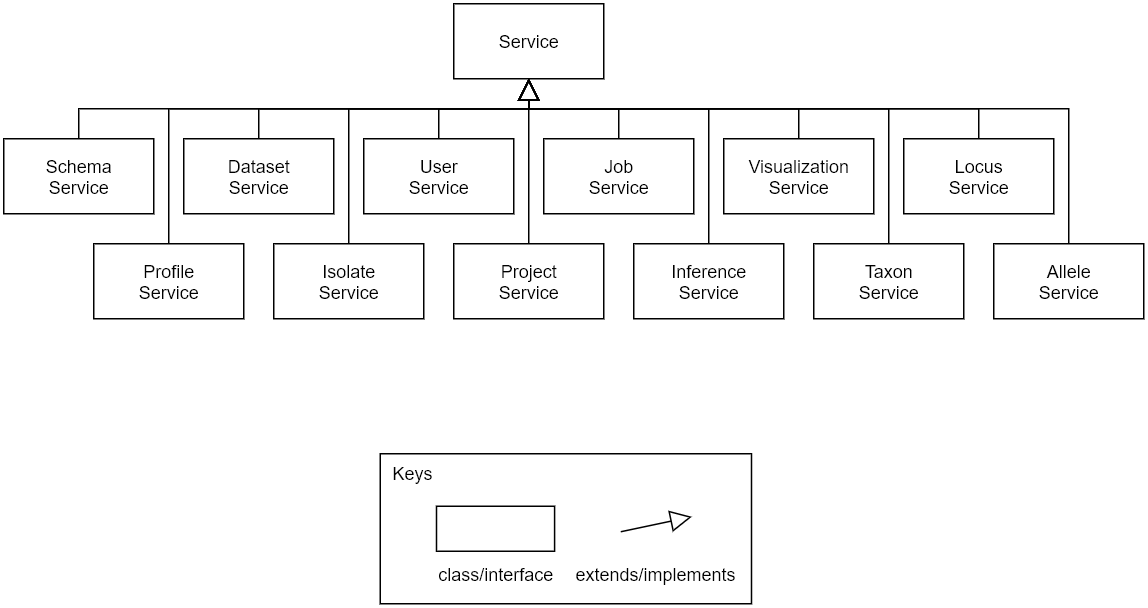
Before: wiki/images/phylodb-generalization-services.png, a diagram exported from draw.io (phyloviz/phyloDB). Source tidied: cells renumbered, new cells last; positions are measured from the earlier drawing's top-left corner, leaving out a move shared by most shapes. The source it was exported from:
```xml
<mxGraphModel>
  <root>
    <mxCell id="0" />
    <mxCell id="1" parent="0" />
    <mxCell id="2" value="Service" style="html=1;" parent="1" vertex="1">
      <mxGeometry x="300" width="100" height="50" as="geometry" />
    </mxCell>
    <mxCell id="3" style="edgeStyle=orthogonalEdgeStyle;rounded=0;jettySize=auto;html=1;exitX=0.5;exitY=0;exitDx=0;exitDy=0;entryX=0.5;entryY=1;entryDx=0;entryDy=0;endArrow=block;endFill=0;endSize=12;" parent="1" edge="1" source="4" target="2">
      <mxGeometry relative="1" as="geometry" />
    </mxCell>
    <mxCell id="4" value="User&lt;br&gt;Service" style="html=1;" parent="1" vertex="1">
      <mxGeometry x="240" y="90" width="100" height="50" as="geometry" />
    </mxCell>
    <mxCell id="5" style="edgeStyle=orthogonalEdgeStyle;rounded=0;jettySize=auto;html=1;exitX=0.5;exitY=0;exitDx=0;exitDy=0;entryX=0.5;entryY=1;entryDx=0;entryDy=0;endArrow=block;endFill=0;endSize=12;" parent="1" edge="1" source="6" target="2">
      <mxGeometry relative="1" as="geometry" />
    </mxCell>
    <mxCell id="6" value="Project&lt;br&gt;Service" style="html=1;" parent="1" vertex="1">
      <mxGeometry x="300" y="160" width="100" height="50" as="geometry" />
    </mxCell>
    <mxCell id="7" style="edgeStyle=orthogonalEdgeStyle;rounded=0;jettySize=auto;html=1;exitX=0.5;exitY=0;exitDx=0;exitDy=0;entryX=0.5;entryY=1;entryDx=0;entryDy=0;endArrow=block;endFill=0;endSize=12;" parent="1" edge="1" source="8" target="2">
      <mxGeometry relative="1" as="geometry">
        <Array as="points">
          <mxPoint x="590" y="70" />
          <mxPoint x="350" y="70" />
        </Array>
      </mxGeometry>
    </mxCell>
    <mxCell id="8" value="Taxon&lt;br&gt;Service" style="html=1;" parent="1" vertex="1">
      <mxGeometry x="540" y="160" width="100" height="50" as="geometry" />
    </mxCell>
    <mxCell id="9" style="edgeStyle=orthogonalEdgeStyle;rounded=0;jettySize=auto;html=1;exitX=0.5;exitY=0;exitDx=0;exitDy=0;entryX=0.5;entryY=1;entryDx=0;entryDy=0;endArrow=block;endFill=0;endSize=12;" parent="1" edge="1" source="10" target="2">
      <mxGeometry relative="1" as="geometry">
        <Array as="points">
          <mxPoint x="650" y="70" />
          <mxPoint x="350" y="70" />
        </Array>
      </mxGeometry>
    </mxCell>
    <mxCell id="10" value="Locus&lt;br&gt;Service" style="html=1;" parent="1" vertex="1">
      <mxGeometry x="600" y="90" width="100" height="50" as="geometry" />
    </mxCell>
    <mxCell id="11" style="edgeStyle=orthogonalEdgeStyle;rounded=0;jettySize=auto;html=1;exitX=0.5;exitY=0;exitDx=0;exitDy=0;entryX=0.5;entryY=1;entryDx=0;entryDy=0;endArrow=block;endFill=0;endSize=12;" parent="1" edge="1" source="12" target="2">
      <mxGeometry relative="1" as="geometry">
        <Array as="points">
          <mxPoint x="110" y="70" />
          <mxPoint x="350" y="70" />
        </Array>
      </mxGeometry>
    </mxCell>
    <mxCell id="12" value="Profile&lt;br&gt;Service" style="html=1;" parent="1" vertex="1">
      <mxGeometry x="60" y="160" width="100" height="50" as="geometry" />
    </mxCell>
    <mxCell id="13" style="edgeStyle=orthogonalEdgeStyle;rounded=0;jettySize=auto;html=1;exitX=0.5;exitY=0;exitDx=0;exitDy=0;entryX=0.5;entryY=1;entryDx=0;entryDy=0;endArrow=block;endFill=0;endSize=12;" parent="1" edge="1" source="14" target="2">
      <mxGeometry relative="1" as="geometry">
        <Array as="points">
          <mxPoint x="170" y="70" />
          <mxPoint x="350" y="70" />
        </Array>
      </mxGeometry>
    </mxCell>
    <mxCell id="14" value="Dataset&lt;br&gt;Service" style="html=1;" parent="1" vertex="1">
      <mxGeometry x="120" y="90" width="100" height="50" as="geometry" />
    </mxCell>
    <mxCell id="15" style="edgeStyle=orthogonalEdgeStyle;rounded=0;jettySize=auto;html=1;exitX=0.5;exitY=0;exitDx=0;exitDy=0;entryX=0.5;entryY=1;entryDx=0;entryDy=0;endArrow=block;endFill=0;endSize=12;" parent="1" edge="1" source="16" target="2">
      <mxGeometry relative="1" as="geometry">
        <Array as="points">
          <mxPoint x="50" y="70" />
          <mxPoint x="350" y="70" />
        </Array>
      </mxGeometry>
    </mxCell>
    <mxCell id="16" value="Schema&lt;br&gt;Service" style="html=1;" parent="1" vertex="1">
      <mxGeometry y="90" width="100" height="50" as="geometry" />
    </mxCell>
    <mxCell id="17" style="edgeStyle=orthogonalEdgeStyle;rounded=0;jettySize=auto;html=1;exitX=0.5;exitY=0;exitDx=0;exitDy=0;entryX=0.5;entryY=1;entryDx=0;entryDy=0;endArrow=block;endFill=0;endSize=12;" parent="1" edge="1" source="18" target="2">
      <mxGeometry relative="1" as="geometry">
        <Array as="points">
          <mxPoint x="710" y="70" />
          <mxPoint x="350" y="70" />
        </Array>
      </mxGeometry>
    </mxCell>
    <mxCell id="18" value="Allele&lt;br&gt;Service" style="html=1;" parent="1" vertex="1">
      <mxGeometry x="660" y="160" width="100" height="50" as="geometry" />
    </mxCell>
    <mxCell id="19" style="edgeStyle=orthogonalEdgeStyle;rounded=0;jettySize=auto;html=1;exitX=0.5;exitY=0;exitDx=0;exitDy=0;entryX=0.5;entryY=1;entryDx=0;entryDy=0;endArrow=block;endFill=0;endSize=12;" parent="1" edge="1" source="20" target="2">
      <mxGeometry relative="1" as="geometry">
        <Array as="points">
          <mxPoint x="230" y="70" />
          <mxPoint x="350" y="70" />
        </Array>
      </mxGeometry>
    </mxCell>
    <mxCell id="20" value="Isolate&lt;br&gt;Service" style="html=1;" parent="1" vertex="1">
      <mxGeometry x="180" y="160" width="100" height="50" as="geometry" />
    </mxCell>
    <mxCell id="21" style="edgeStyle=orthogonalEdgeStyle;rounded=0;jettySize=auto;html=1;exitX=0.5;exitY=0;exitDx=0;exitDy=0;entryX=0.5;entryY=1;entryDx=0;entryDy=0;endArrow=block;endFill=0;endSize=12;" parent="1" edge="1" source="22" target="2">
      <mxGeometry relative="1" as="geometry">
        <Array as="points">
          <mxPoint x="470" y="70" />
          <mxPoint x="350" y="70" />
        </Array>
      </mxGeometry>
    </mxCell>
    <mxCell id="22" value="Inference&lt;br&gt;Service" style="html=1;" parent="1" vertex="1">
      <mxGeometry x="420" y="160" width="100" height="50" as="geometry" />
    </mxCell>
    <mxCell id="23" style="edgeStyle=orthogonalEdgeStyle;rounded=0;jettySize=auto;html=1;exitX=0.5;exitY=0;exitDx=0;exitDy=0;entryX=0.5;entryY=1;entryDx=0;entryDy=0;endArrow=block;endFill=0;endSize=12;" parent="1" edge="1" source="24" target="2">
      <mxGeometry relative="1" as="geometry">
        <Array as="points">
          <mxPoint x="530" y="70" />
          <mxPoint x="350" y="70" />
        </Array>
      </mxGeometry>
    </mxCell>
    <mxCell id="24" value="Visualization&lt;br&gt;Service" style="html=1;" parent="1" vertex="1">
      <mxGeometry x="480" y="90" width="100" height="50" as="geometry" />
    </mxCell>
    <mxCell id="25" style="edgeStyle=orthogonalEdgeStyle;rounded=0;jettySize=auto;html=1;exitX=0.5;exitY=0;exitDx=0;exitDy=0;entryX=0.5;entryY=1;entryDx=0;entryDy=0;endArrow=block;endFill=0;endSize=12;" parent="1" edge="1" source="26" target="2">
      <mxGeometry relative="1" as="geometry" />
    </mxCell>
    <mxCell id="26" value="Job&lt;br&gt;Service" style="html=1;" parent="1" vertex="1">
      <mxGeometry x="360" y="90" width="100" height="50" as="geometry" />
    </mxCell>
    <mxCell id="27" style="group;" parent="1" vertex="1">
      <mxGeometry x="251" y="300" width="247.5" height="100" as="geometry" />
    </mxCell>
    <mxCell id="28" value="&amp;nbsp; Keys" style="rounded=0;whiteSpace=wrap;html=1;align=left;verticalAlign=top;" parent="27" vertex="1">
      <mxGeometry width="247.5" height="100" as="geometry" />
    </mxCell>
    <mxCell id="29" style="endArrow=block;html=1;exitX=1;exitY=0.5;exitDx=0;exitDy=0;startArrow=none;startFill=0;endFill=0;endSize=12;" parent="27" edge="1">
      <mxGeometry relative="1" as="geometry">
        <mxPoint x="160.3" y="52" as="sourcePoint" />
        <mxPoint x="207.7" y="42" as="targetPoint" />
      </mxGeometry>
    </mxCell>
    <mxCell id="30" value="extends/implements" style="text;html=1;strokeColor=none;fillColor=none;align=center;verticalAlign=middle;whiteSpace=wrap;rounded=0;" parent="27" vertex="1">
      <mxGeometry x="139" y="70" width="89.5" height="20" as="geometry" />
    </mxCell>
    <mxCell id="31" value="class/interface" style="text;html=1;strokeColor=none;fillColor=none;align=center;verticalAlign=middle;whiteSpace=wrap;rounded=0;" parent="27" vertex="1">
      <mxGeometry x="45.5" y="70" width="62.7" height="20" as="geometry" />
    </mxCell>
    <mxCell id="32" style="rounded=0;whiteSpace=wrap;html=1;" parent="27" vertex="1">
      <mxGeometry x="37.5" y="35" width="78.7" height="30" as="geometry" />
    </mxCell>
  </root>
</mxGraphModel>
```
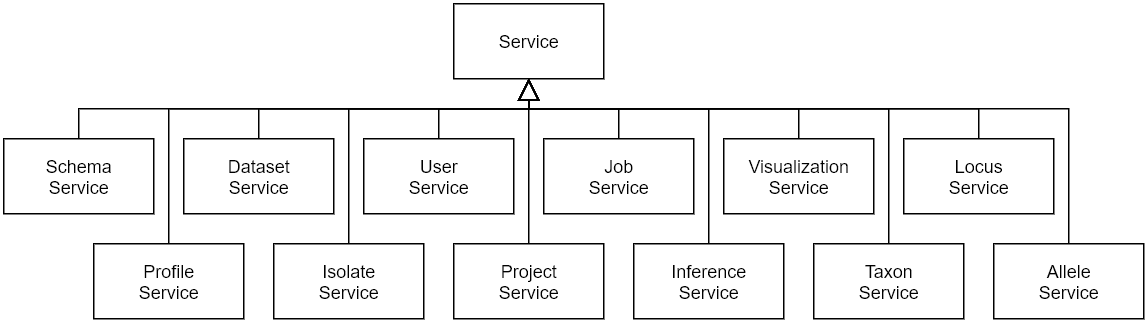
Later version of the same file.

Diff of the diagram source:
```diff
@@ -122,26 +122,5 @@
     <mxCell id="26" value="Job&lt;br&gt;Service" style="html=1;" parent="1" vertex="1">
       <mxGeometry x="360" y="90" width="100" height="50" as="geometry" />
     </mxCell>
-    <mxCell id="27" style="group;" parent="1" vertex="1">
-      <mxGeometry x="251" y="300" width="247.5" height="100" as="geometry" />
-    </mxCell>
-    <mxCell id="28" value="&amp;nbsp; Keys" style="rounded=0;whiteSpace=wrap;html=1;align=left;verticalAlign=top;" parent="27" vertex="1">
-      <mxGeometry width="247.5" height="100" as="geometry" />
-    </mxCell>
-    <mxCell id="29" style="endArrow=block;html=1;exitX=1;exitY=0.5;exitDx=0;exitDy=0;startArrow=none;startFill=0;endFill=0;endSize=12;" parent="27" edge="1">
-      <mxGeometry relative="1" as="geometry">
-        <mxPoint x="160.3" y="52" as="sourcePoint" />
-        <mxPoint x="207.7" y="42" as="targetPoint" />
-      </mxGeometry>
-    </mxCell>
-    <mxCell id="30" value="extends/implements" style="text;html=1;strokeColor=none;fillColor=none;align=center;verticalAlign=middle;whiteSpace=wrap;rounded=0;" parent="27" vertex="1">
-      <mxGeometry x="139" y="70" width="89.5" height="20" as="geometry" />
-    </mxCell>
-    <mxCell id="31" value="class/interface" style="text;html=1;strokeColor=none;fillColor=none;align=center;verticalAlign=middle;whiteSpace=wrap;rounded=0;" parent="27" vertex="1">
-      <mxGeometry x="45.5" y="70" width="62.7" height="20" as="geometry" />
-    </mxCell>
-    <mxCell id="32" style="rounded=0;whiteSpace=wrap;html=1;" parent="27" vertex="1">
-      <mxGeometry x="37.5" y="35" width="78.7" height="30" as="geometry" />
-    </mxCell>
   </root>
 </mxGraphModel>
```
